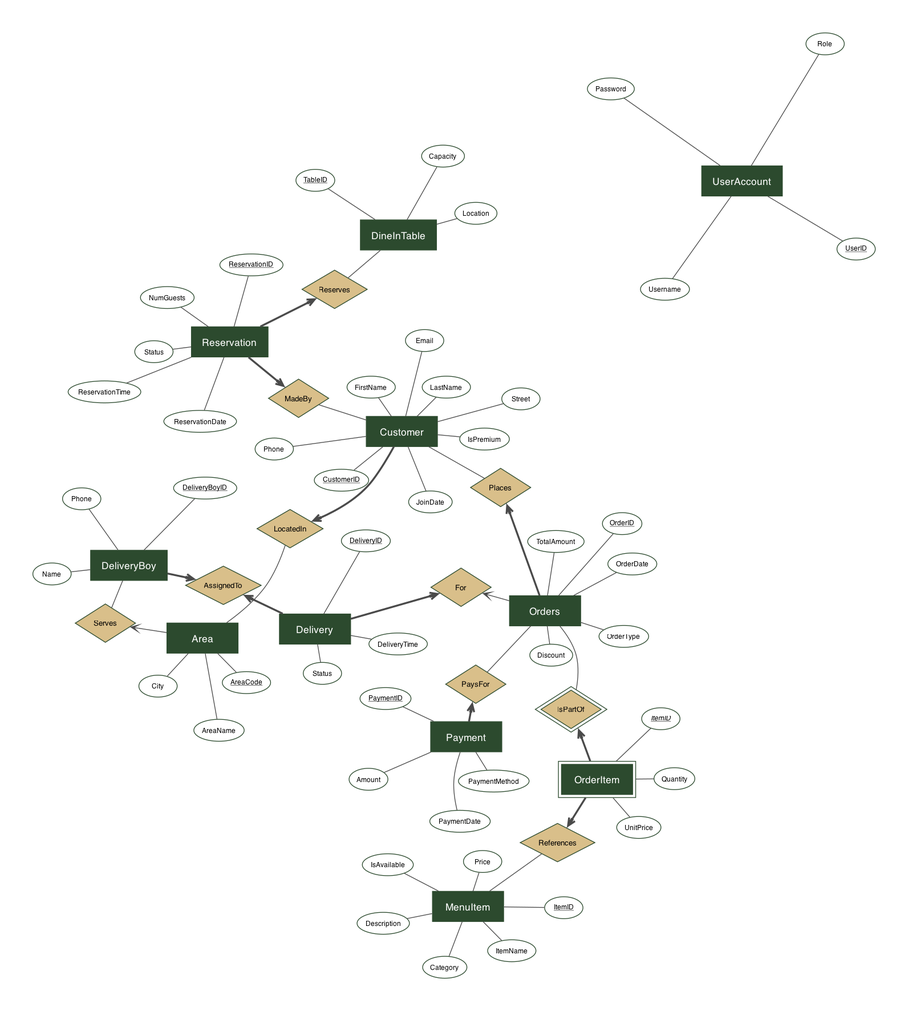
Before: docs/erd.png, a diagram exported from Graphviz (alexspigler/restaurant-management-system). Its source is kept beside it as docs/erd.dot.
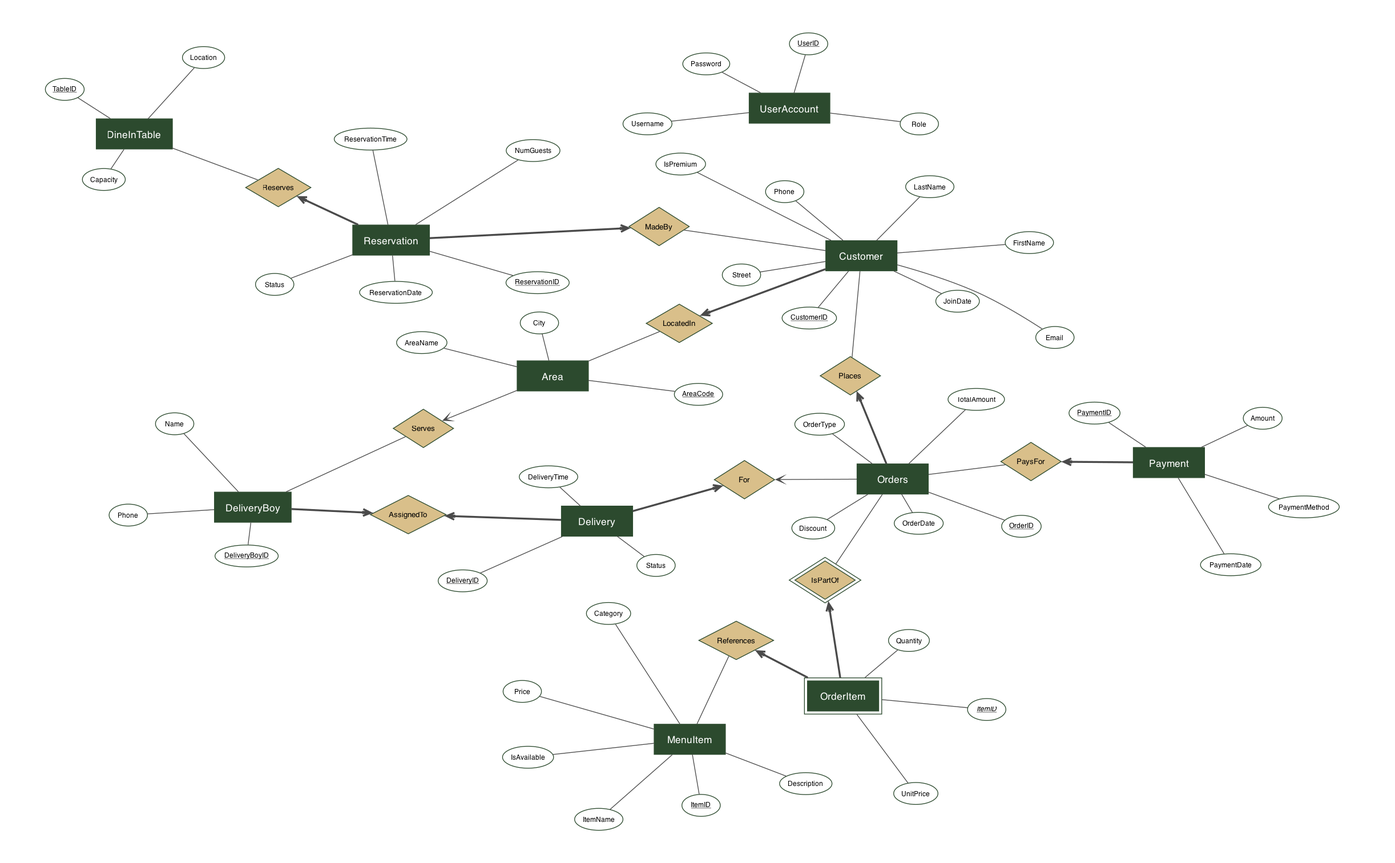
After the change.

What changed in the source:
```diff
@@ -7,7 +7,8 @@
         splines=true,
         layout=fdp,
         sep="+12",
-        K=0.9
+        K=0.9,
+        ratio="0.6"
     ];
 
     node [fontname="Helvetica", style=filled];
@@ -144,4 +145,8 @@
 
     Reservation -- R_Reservation_Table [penwidth=2.5, dir=forward, arrowhead=vee];
     DineInTable -- R_Reservation_Table;
+
+    UserAccount -- Customer [style=invis, weight=0.3, len=2];
+
+    MenuItem -- OrderItem [style=invis, weight=5];
 }
```
